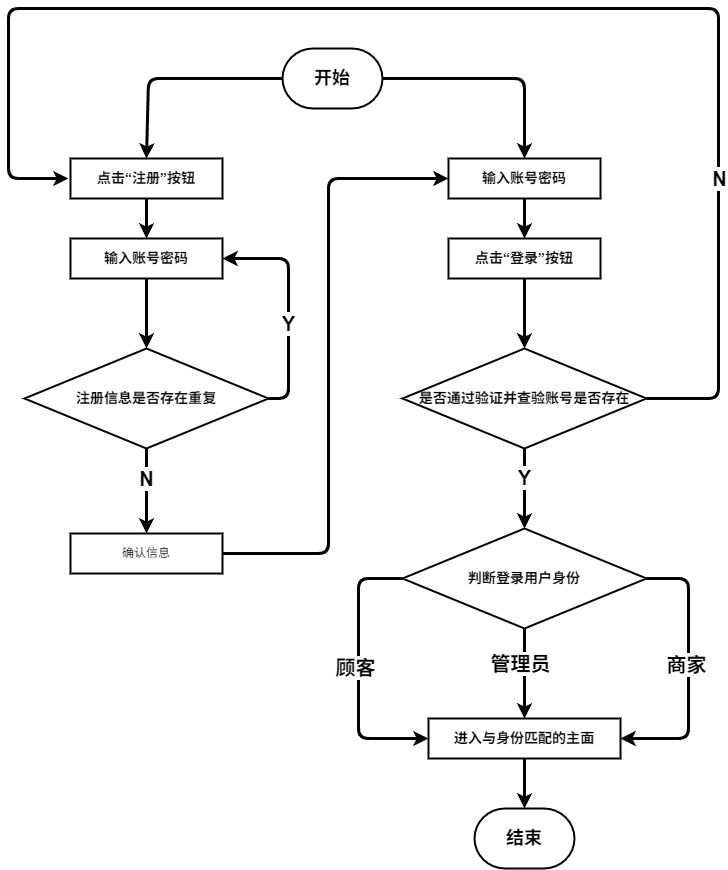
xiyuliu509/microservice-shop keeps this draw.io diagram as 5.drawio.png. Above is the earlier version. Source tidied: cells renumbered, new cells last; positions are measured from the earlier drawing's top-left corner, leaving out a move shared by most shapes.
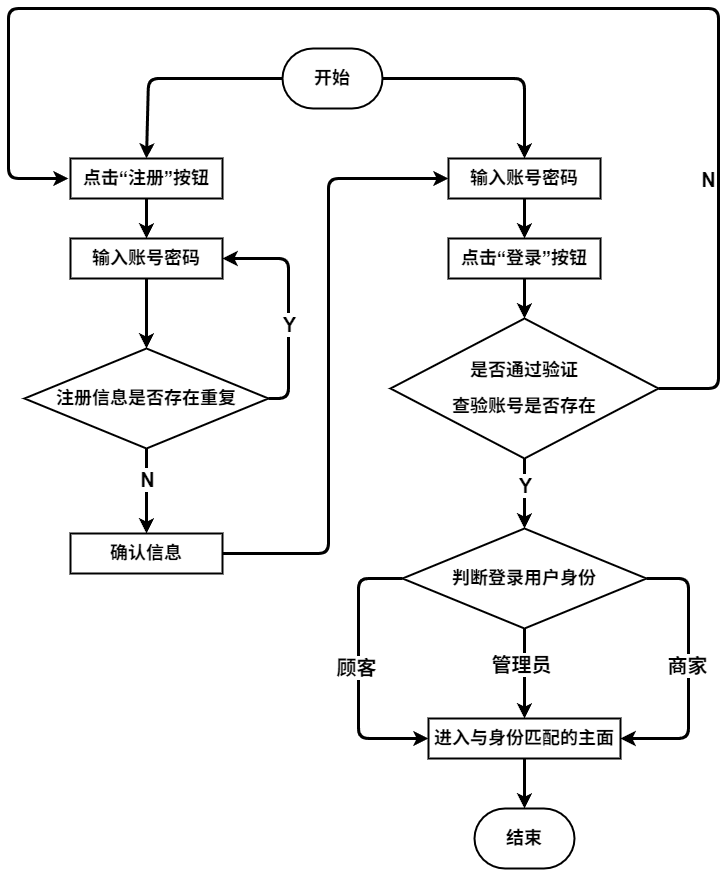
Above is the later version.

The edit, as a diff of the source:
```diff
@@ -8,7 +8,7 @@
     <mxCell id="3" value="&lt;h2&gt;结束&lt;/h2&gt;" style="strokeWidth=2;html=1;shape=mxgraph.flowchart.terminator;whiteSpace=wrap;" parent="1" vertex="1">
       <mxGeometry x="466" y="800" width="100" height="60" as="geometry" />
     </mxCell>
-    <mxCell id="4" value="&lt;h3&gt;进入与身份匹配的主面&lt;/h3&gt;" style="rounded=0;whiteSpace=wrap;html=1;strokeWidth=2;" parent="1" vertex="1">
+    <mxCell id="4" value="&lt;h3&gt;&lt;font style=&quot;font-size: 18px;&quot;&gt;进入与身份匹配的主面&lt;/font&gt;&lt;/h3&gt;" style="rounded=0;whiteSpace=wrap;html=1;strokeWidth=2;" parent="1" vertex="1">
       <mxGeometry x="420" y="710" width="192" height="40" as="geometry" />
     </mxCell>
     <mxCell id="5" style="endArrow=classic;html=1;strokeWidth=3;exitX=1;exitY=0.5;exitDx=0;exitDy=0;entryX=0;entryY=0.5;entryDx=0;entryDy=0;" parent="1" edge="1" source="24" target="7">
@@ -26,17 +26,17 @@
         </Array>
       </mxGeometry>
     </mxCell>
-    <mxCell id="7" value="&lt;h3&gt;输入账号密码&lt;/h3&gt;" style="rounded=0;whiteSpace=wrap;html=1;strokeWidth=2;" parent="1" vertex="1">
+    <mxCell id="7" value="&lt;h3&gt;&lt;font style=&quot;font-size: 18px;&quot;&gt;输入账号密码&lt;/font&gt;&lt;/h3&gt;" style="rounded=0;whiteSpace=wrap;html=1;strokeWidth=2;" parent="1" vertex="1">
       <mxGeometry x="440" y="150" width="152" height="40" as="geometry" />
     </mxCell>
-    <mxCell id="8" value="&lt;h3 style=&quot;scrollbar-color: light-dark(#e2e2e2, #4b4b4b)&lt;br/&gt;&#9;&#9;&#9;&#9;&#9;light-dark(#fbfbfb, var(--dark-panel-color));&quot;&gt;点击“登录”按钮&lt;/h3&gt;" style="rounded=0;whiteSpace=wrap;html=1;strokeWidth=2;" parent="1" vertex="1">
+    <mxCell id="8" value="&lt;h3 style=&quot;scrollbar-color: light-dark(#e2e2e2, #4b4b4b)&lt;br/&gt;&#9;&#9;&#9;&#9;&#9;light-dark(#fbfbfb, var(--dark-panel-color));&quot;&gt;&lt;font style=&quot;font-size: 18px;&quot;&gt;点击“登录”按钮&lt;/font&gt;&lt;/h3&gt;" style="rounded=0;whiteSpace=wrap;html=1;strokeWidth=2;" parent="1" vertex="1">
       <mxGeometry x="440" y="230" width="152" height="40" as="geometry" />
     </mxCell>
     <mxCell id="9" style="endArrow=classic;html=1;strokeWidth=3;exitX=0.5;exitY=1;exitDx=0;exitDy=0;entryX=0.5;entryY=0;entryDx=0;entryDy=0;" parent="1" edge="1" source="7" target="8">
       <mxGeometry relative="1" as="geometry" />
     </mxCell>
-    <mxCell id="10" value="&lt;h3&gt;是否通过验证并查验账号是否存在&lt;/h3&gt;" style="strokeWidth=2;html=1;shape=mxgraph.flowchart.decision;whiteSpace=wrap;" parent="1" vertex="1">
-      <mxGeometry x="394" y="340" width="244" height="100" as="geometry" />
+    <mxCell id="10" value="&lt;h3&gt;&lt;font style=&quot;font-size: 18px;&quot;&gt;是否通过验证&lt;/font&gt;&lt;/h3&gt;&lt;h3&gt;&lt;font style=&quot;font-size: 18px;&quot;&gt;查验账号是否存在&lt;/font&gt;&lt;/h3&gt;" style="strokeWidth=2;html=1;shape=mxgraph.flowchart.decision;whiteSpace=wrap;" parent="1" vertex="1">
+      <mxGeometry x="382" y="310" width="268" height="140" as="geometry" />
     </mxCell>
     <mxCell id="11" style="endArrow=classic;html=1;strokeWidth=3;exitX=0.5;exitY=1;exitDx=0;exitDy=0;" parent="1" edge="1" source="8" target="10">
       <mxGeometry relative="1" as="geometry" />
@@ -48,16 +48,16 @@
         </Array>
       </mxGeometry>
     </mxCell>
-    <mxCell id="13" value="&lt;h3&gt;点击“注册”按钮&lt;/h3&gt;" style="rounded=0;whiteSpace=wrap;html=1;strokeWidth=2;" parent="1" vertex="1">
+    <mxCell id="13" value="&lt;h3&gt;&lt;font style=&quot;font-size: 18px;&quot;&gt;点击“注册”按钮&lt;/font&gt;&lt;/h3&gt;" style="rounded=0;whiteSpace=wrap;html=1;strokeWidth=2;" parent="1" vertex="1">
       <mxGeometry x="62" y="150" width="152" height="40" as="geometry" />
     </mxCell>
-    <mxCell id="14" value="&lt;h3&gt;输入账号密码&lt;/h3&gt;" style="rounded=0;whiteSpace=wrap;html=1;strokeWidth=2;" parent="1" vertex="1">
+    <mxCell id="14" value="&lt;h3&gt;&lt;font style=&quot;font-size: 18px;&quot;&gt;输入账号密码&lt;/font&gt;&lt;/h3&gt;" style="rounded=0;whiteSpace=wrap;html=1;strokeWidth=2;" parent="1" vertex="1">
       <mxGeometry x="62" y="230" width="152" height="40" as="geometry" />
     </mxCell>
     <mxCell id="15" style="endArrow=classic;html=1;strokeWidth=3;exitX=0.5;exitY=1;exitDx=0;exitDy=0;entryX=0.5;entryY=0;entryDx=0;entryDy=0;" parent="1" edge="1" source="13" target="14">
       <mxGeometry relative="1" as="geometry" />
     </mxCell>
-    <mxCell id="16" value="&lt;h3&gt;注册信息是否存在重复&lt;/h3&gt;" style="strokeWidth=2;html=1;shape=mxgraph.flowchart.decision;whiteSpace=wrap;" parent="1" vertex="1">
+    <mxCell id="16" value="&lt;h3&gt;&lt;font style=&quot;font-size: 18px;&quot;&gt;注册信息是否存在重复&lt;/font&gt;&lt;/h3&gt;" style="strokeWidth=2;html=1;shape=mxgraph.flowchart.decision;whiteSpace=wrap;" parent="1" vertex="1">
       <mxGeometry x="16" y="340" width="244" height="100" as="geometry" />
     </mxCell>
     <mxCell id="17" style="endArrow=classic;html=1;strokeWidth=3;exitX=0.5;exitY=1;exitDx=0;exitDy=0;" parent="1" edge="1" source="14" target="16">
@@ -67,7 +67,7 @@
       <mxGeometry relative="1" as="geometry">
         <mxPoint x="60" y="170" as="targetPoint" />
         <Array as="points">
-          <mxPoint x="710" y="390" />
+          <mxPoint x="710" y="380" />
           <mxPoint x="710" />
           <mxPoint />
           <mxPoint y="170" />
@@ -96,7 +96,7 @@
     <mxCell id="23" value="&lt;b&gt;&lt;font style=&quot;font-size: 20px;&quot;&gt;N&lt;/font&gt;&lt;/b&gt;" style="edgeLabel;html=1;align=center;verticalAlign=middle;" parent="22" vertex="1">
       <mxGeometry x="-0.3" relative="1" as="geometry" />
     </mxCell>
-    <mxCell id="24" value="确认信息" style="rounded=0;whiteSpace=wrap;html=1;strokeWidth=2;" parent="1" vertex="1">
+    <mxCell id="24" value="&lt;b&gt;&lt;font style=&quot;font-size: 18px;&quot;&gt;确认信息&lt;/font&gt;&lt;/b&gt;" style="rounded=0;whiteSpace=wrap;html=1;strokeWidth=2;" parent="1" vertex="1">
       <mxGeometry x="62" y="525" width="152" height="40" as="geometry" />
     </mxCell>
     <mxCell id="25" style="endArrow=classic;html=1;strokeWidth=3;exitX=0.5;exitY=1;exitDx=0;exitDy=0;exitPerimeter=0;entryX=0.5;entryY=0;entryDx=0;entryDy=0;entryPerimeter=0;" parent="1" edge="1" source="10" target="27">
@@ -107,7 +107,7 @@
         <mxPoint x="4" y="5" as="offset" />
       </mxGeometry>
     </mxCell>
-    <mxCell id="27" value="&lt;h3&gt;判断登录用户身份&lt;/h3&gt;" style="strokeWidth=2;html=1;shape=mxgraph.flowchart.decision;whiteSpace=wrap;" parent="1" vertex="1">
+    <mxCell id="27" value="&lt;h3&gt;&lt;font style=&quot;font-size: 18px;&quot;&gt;判断登录用户身份&lt;/font&gt;&lt;/h3&gt;" style="strokeWidth=2;html=1;shape=mxgraph.flowchart.decision;whiteSpace=wrap;" parent="1" vertex="1">
       <mxGeometry x="394" y="520" width="244" height="100" as="geometry" />
     </mxCell>
     <mxCell id="28" style="endArrow=classic;html=1;strokeWidth=3;exitX=0.5;exitY=1;exitDx=0;exitDy=0;exitPerimeter=0;entryX=0.5;entryY=0;entryDx=0;entryDy=0;" parent="1" edge="1" source="27" target="4">
```
